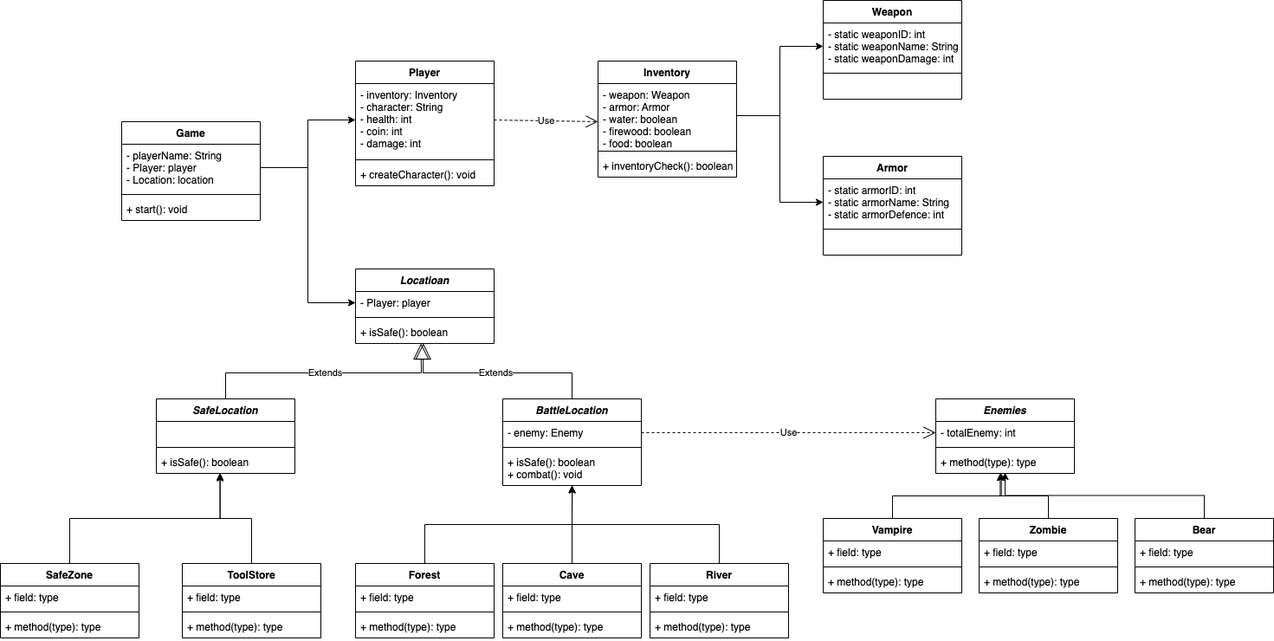
The draw.io diagram uml-class-diagram/AdventureGame-general-outline-diagram.drawio.png in serveta/adventure-game, before a commit. Source tidied: cells renumbered, new cells last; positions are measured from the earlier drawing's top-left corner, leaving out a move shared by most shapes.
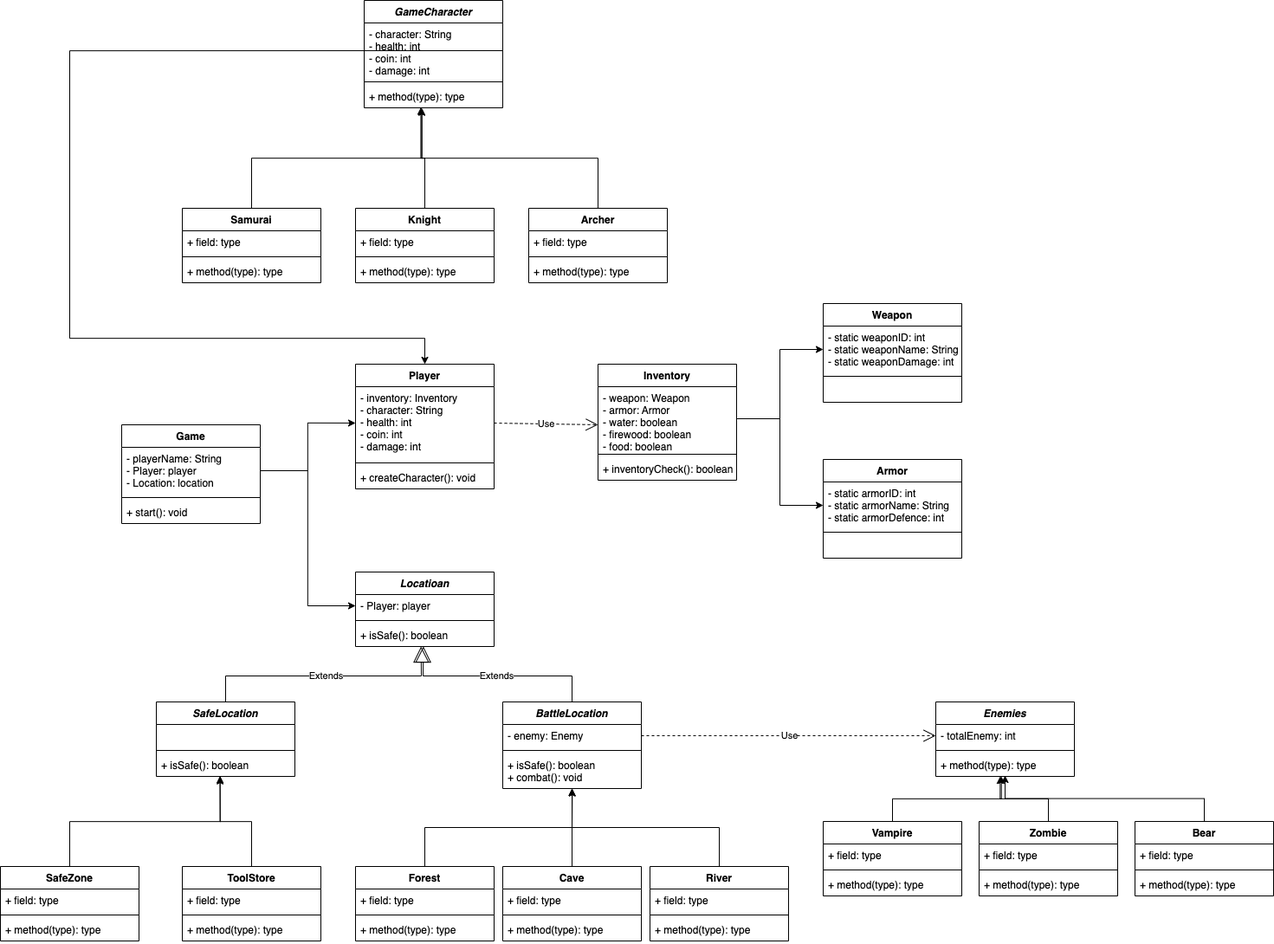
After the change.

Commit message:
Updated general-outline-class-diagram

Change to the diagram source:
```diff
@@ -270,5 +270,71 @@
     <mxCell id="85" style="edgeStyle=orthogonalEdgeStyle;rounded=0;jettySize=auto;html=1;exitX=1;exitY=0.5;exitDx=0;exitDy=0;entryX=0;entryY=0.5;entryDx=0;entryDy=0;" parent="1" edge="1" source="3" target="16">
       <mxGeometry relative="1" as="geometry" />
     </mxCell>
+    <mxCell id="86" value="GameCharacter" style="swimlane;fontStyle=3;align=center;verticalAlign=top;horizontal=1;startSize=26;" parent="1" vertex="1">
+      <mxGeometry x="420" y="-350" width="160" height="124" as="geometry" />
+    </mxCell>
+    <mxCell id="87" value="- character: String&#10;- health: int&#10;- coin: int&#10;- damage: int" style="text;strokeColor=none;fillColor=none;align=left;verticalAlign=top;spacingLeft=4;spacingRight=4;overflow=hidden;points=[[0,0.5],[1,0.5]];portConstraint=eastwest;" parent="86" vertex="1">
+      <mxGeometry y="26" width="160" height="64" as="geometry" />
+    </mxCell>
+    <mxCell id="88" style="line;strokeWidth=1;fillColor=none;align=left;verticalAlign=middle;spacingTop=-1;spacingLeft=3;spacingRight=3;labelPosition=right;" parent="86" vertex="1">
+      <mxGeometry y="90" width="160" height="8" as="geometry" />
+    </mxCell>
+    <mxCell id="89" value="+ method(type): type" style="text;strokeColor=none;fillColor=none;align=left;verticalAlign=top;spacingLeft=4;spacingRight=4;overflow=hidden;points=[[0,0.5],[1,0.5]];portConstraint=eastwest;" parent="86" vertex="1">
+      <mxGeometry y="98" width="160" height="26" as="geometry" />
+    </mxCell>
+    <mxCell id="90" style="edgeStyle=orthogonalEdgeStyle;rounded=0;jettySize=auto;html=1;exitX=0.5;exitY=0;exitDx=0;exitDy=0;entryX=0.409;entryY=0.981;entryDx=0;entryDy=0;entryPerimeter=0;" parent="1" edge="1" source="91" target="89">
+      <mxGeometry relative="1" as="geometry" />
+    </mxCell>
+    <mxCell id="91" value="Knight" style="swimlane;fontStyle=1;align=center;verticalAlign=top;horizontal=1;startSize=26;" parent="1" vertex="1">
+      <mxGeometry x="410" y="-110" width="160" height="86" as="geometry" />
+    </mxCell>
+    <mxCell id="92" value="+ field: type" style="text;strokeColor=none;fillColor=none;align=left;verticalAlign=top;spacingLeft=4;spacingRight=4;overflow=hidden;" parent="91" vertex="1">
+      <mxGeometry y="26" width="160" height="26" as="geometry" />
+    </mxCell>
+    <mxCell id="93" style="line;strokeWidth=1;fillColor=none;align=left;verticalAlign=middle;spacingTop=-1;spacingLeft=3;spacingRight=3;labelPosition=right;" parent="91" vertex="1">
+      <mxGeometry y="52" width="160" height="8" as="geometry" />
+    </mxCell>
+    <mxCell id="94" value="+ method(type): type" style="text;strokeColor=none;fillColor=none;align=left;verticalAlign=top;spacingLeft=4;spacingRight=4;overflow=hidden;" parent="91" vertex="1">
+      <mxGeometry y="60" width="160" height="26" as="geometry" />
+    </mxCell>
+    <mxCell id="95" style="edgeStyle=orthogonalEdgeStyle;rounded=0;jettySize=auto;html=1;exitX=0.5;exitY=0;exitDx=0;exitDy=0;entryX=0.416;entryY=1.019;entryDx=0;entryDy=0;entryPerimeter=0;" parent="1" edge="1" source="96" target="89">
+      <mxGeometry relative="1" as="geometry" />
+    </mxCell>
+    <mxCell id="96" value="Archer" style="swimlane;fontStyle=1;align=center;verticalAlign=top;horizontal=1;startSize=26;" parent="1" vertex="1">
+      <mxGeometry x="610" y="-110" width="160" height="86" as="geometry" />
+    </mxCell>
+    <mxCell id="97" value="+ field: type" style="text;strokeColor=none;fillColor=none;align=left;verticalAlign=top;spacingLeft=4;spacingRight=4;overflow=hidden;" parent="96" vertex="1">
+      <mxGeometry y="26" width="160" height="26" as="geometry" />
+    </mxCell>
+    <mxCell id="98" style="line;strokeWidth=1;fillColor=none;align=left;verticalAlign=middle;spacingTop=-1;spacingLeft=3;spacingRight=3;labelPosition=right;" parent="96" vertex="1">
+      <mxGeometry y="52" width="160" height="8" as="geometry" />
+    </mxCell>
+    <mxCell id="99" value="+ method(type): type" style="text;strokeColor=none;fillColor=none;align=left;verticalAlign=top;spacingLeft=4;spacingRight=4;overflow=hidden;" parent="96" vertex="1">
+      <mxGeometry y="60" width="160" height="26" as="geometry" />
+    </mxCell>
+    <mxCell id="100" style="edgeStyle=orthogonalEdgeStyle;rounded=0;jettySize=auto;html=1;exitX=0.5;exitY=0;exitDx=0;exitDy=0;entryX=0.416;entryY=1.019;entryDx=0;entryDy=0;entryPerimeter=0;" parent="1" edge="1" source="101" target="89">
+      <mxGeometry relative="1" as="geometry" />
+    </mxCell>
+    <mxCell id="101" value="Samurai" style="swimlane;fontStyle=1;align=center;verticalAlign=top;horizontal=1;startSize=26;" parent="1" vertex="1">
+      <mxGeometry x="210" y="-110" width="160" height="86" as="geometry" />
+    </mxCell>
+    <mxCell id="102" value="+ field: type" style="text;strokeColor=none;fillColor=none;align=left;verticalAlign=top;spacingLeft=4;spacingRight=4;overflow=hidden;" parent="101" vertex="1">
+      <mxGeometry y="26" width="160" height="26" as="geometry" />
+    </mxCell>
+    <mxCell id="103" style="line;strokeWidth=1;fillColor=none;align=left;verticalAlign=middle;spacingTop=-1;spacingLeft=3;spacingRight=3;labelPosition=right;" parent="101" vertex="1">
+      <mxGeometry y="52" width="160" height="8" as="geometry" />
+    </mxCell>
+    <mxCell id="104" value="+ method(type): type" style="text;strokeColor=none;fillColor=none;align=left;verticalAlign=top;spacingLeft=4;spacingRight=4;overflow=hidden;" parent="101" vertex="1">
+      <mxGeometry y="60" width="160" height="26" as="geometry" />
+    </mxCell>
+    <mxCell id="105" style="edgeStyle=orthogonalEdgeStyle;rounded=0;jettySize=auto;html=1;exitX=1;exitY=0.5;exitDx=0;exitDy=0;entryX=0.5;entryY=0;entryDx=0;entryDy=0;" parent="1" edge="1" source="87" target="6">
+      <mxGeometry relative="1" as="geometry">
+        <Array as="points">
+          <mxPoint x="80" y="-292" />
+          <mxPoint x="80" y="40" />
+          <mxPoint x="490" y="40" />
+        </Array>
+      </mxGeometry>
+    </mxCell>
   </root>
 </mxGraphModel>
```
